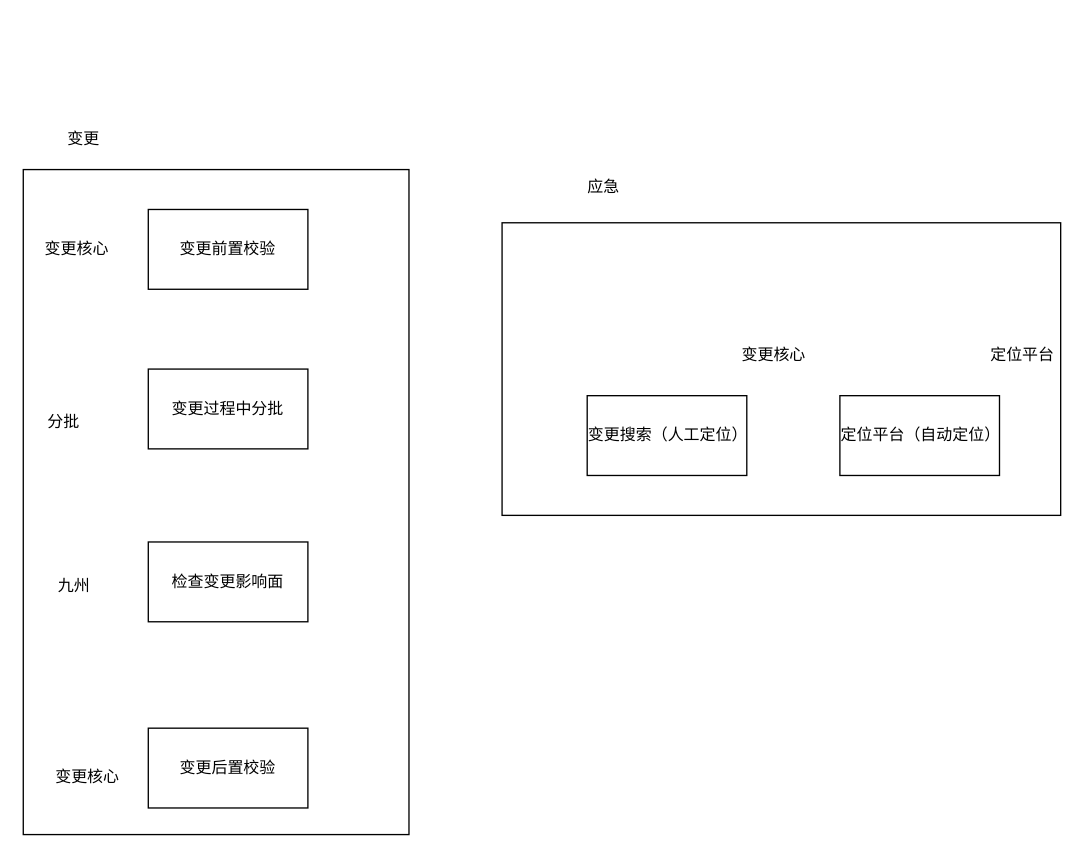
This is rmc业务.drawio from frankneu/draw.io, a draw.io file, before an edit. Source tidied: cells renumbered, new cells numbered last; positions are measured from the earlier drawing's top-left corner, leaving out a move shared by most shapes. Both pictures are drawn from the tidied source at 133%, with x=0, y=0 at pixel (23, 125).
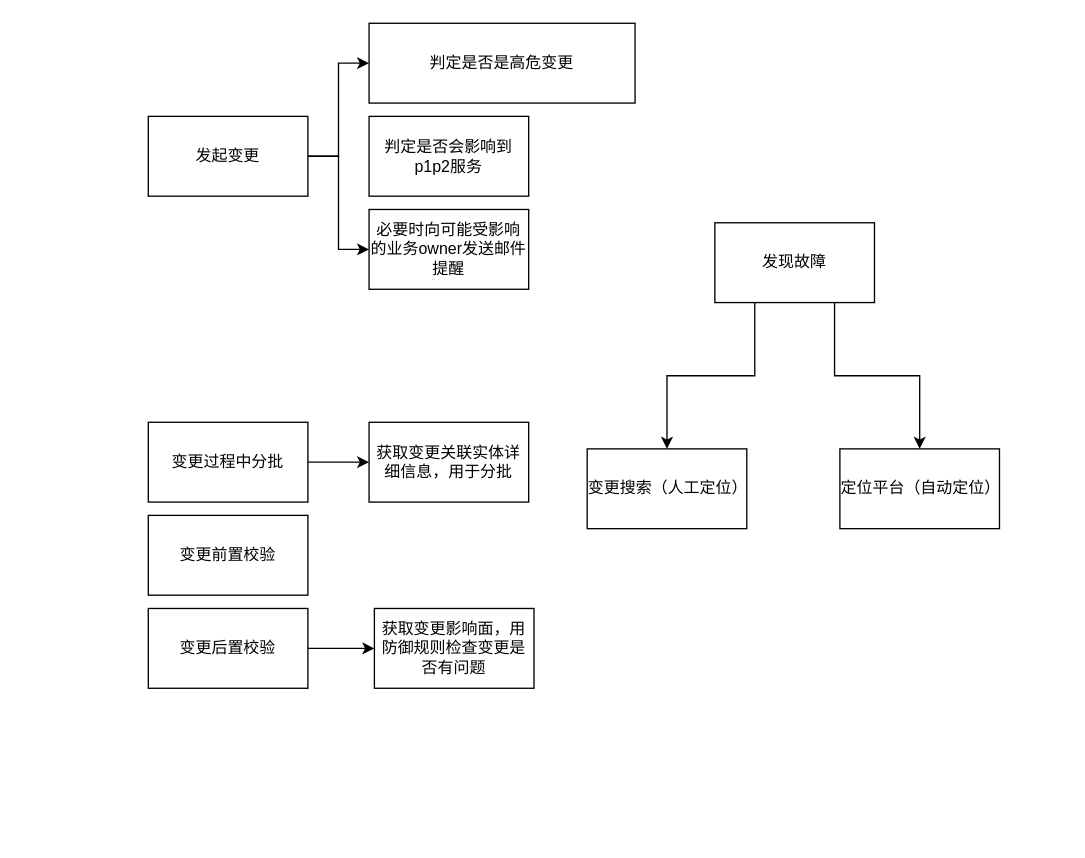
After the change.

Diff of the diagram source:
```diff
@@
 <mxGraphModel>
   <root>
     <mxCell id="0" />
     <mxCell id="1" parent="0" />
-    <mxCell id="2" style="rounded=0;whiteSpace=wrap;html=1;" parent="1" vertex="1">
-      <mxGeometry x="360" y="73" width="420" height="220" as="geometry" />
-    </mxCell>
-    <mxCell id="3" style="rounded=0;whiteSpace=wrap;html=1;" parent="1" vertex="1">
-      <mxGeometry y="33" width="290" height="500" as="geometry" />
-    </mxCell>
     <mxCell id="4" value="变更前置校验" style="rounded=0;whiteSpace=wrap;html=1;" parent="1" vertex="1">
-      <mxGeometry x="94" y="63" width="120" height="60" as="geometry" />
+      <mxGeometry x="94" y="293" width="120" height="60" as="geometry" />
     </mxCell>
+    <mxCell id="18" style="edgeStyle=orthogonalEdgeStyle;rounded=0;jettySize=auto;html=1;exitX=1;exitY=0.5;exitDx=0;exitDy=0;entryX=0;entryY=0.5;entryDx=0;entryDy=0;" parent="1" edge="1" source="5" target="26">
+      <mxGeometry relative="1" as="geometry" />
+    </mxCell>
     <mxCell id="5" value="变更后置校验" style="rounded=0;whiteSpace=wrap;html=1;" parent="1" vertex="1">
-      <mxGeometry x="94" y="453" width="120" height="60" as="geometry" />
+      <mxGeometry x="94" y="363" width="120" height="60" as="geometry" />
     </mxCell>
     <mxCell id="6" value="变更搜索（人工定位）" style="rounded=0;whiteSpace=wrap;html=1;" parent="1" vertex="1">
-      <mxGeometry x="424" y="203" width="120" height="60" as="geometry" />
+      <mxGeometry x="424" y="243" width="120" height="60" as="geometry" />
     </mxCell>
     <mxCell id="7" value="定位平台（自动定位）" style="rounded=0;whiteSpace=wrap;html=1;" parent="1" vertex="1">
-      <mxGeometry x="614" y="203" width="120" height="60" as="geometry" />
+      <mxGeometry x="614" y="243" width="120" height="60" as="geometry" />
     </mxCell>
-    <mxCell id="8" value="变更核心" style="text;html=1;align=center;verticalAlign=middle;" parent="1" vertex="1">
-      <mxGeometry x="10" y="83" width="60" height="20" as="geometry" />
-    </mxCell>
-    <mxCell id="9" value="变更核心" style="text;html=1;align=center;verticalAlign=middle;" parent="1" vertex="1">
-      <mxGeometry x="18" y="480" width="60" height="20" as="geometry" />
-    </mxCell>
-    <mxCell id="10" value="变更核心" style="text;html=1;align=center;verticalAlign=middle;" parent="1" vertex="1">
-      <mxGeometry x="534" y="163" width="60" height="20" as="geometry" />
-    </mxCell>
-    <mxCell id="11" value="定位平台" style="text;html=1;align=center;verticalAlign=middle;" parent="1" vertex="1">
-      <mxGeometry x="721" y="163" width="60" height="20" as="geometry" />
-    </mxCell>
+    <mxCell id="19" style="edgeStyle=orthogonalEdgeStyle;rounded=0;jettySize=auto;html=1;exitX=1;exitY=0.5;exitDx=0;exitDy=0;entryX=0;entryY=0.5;entryDx=0;entryDy=0;" parent="1" edge="1" source="12" target="25">
+      <mxGeometry relative="1" as="geometry" />
+    </mxCell>
     <mxCell id="12" value="变更过程中分批" style="rounded=0;whiteSpace=wrap;html=1;" parent="1" vertex="1">
-      <mxGeometry x="94" y="183" width="120" height="60" as="geometry" />
+      <mxGeometry x="94" y="223" width="120" height="60" as="geometry" />
     </mxCell>
+    <mxCell id="20" style="edgeStyle=orthogonalEdgeStyle;rounded=0;jettySize=auto;html=1;exitX=1;exitY=0.5;exitDx=0;exitDy=0;entryX=0;entryY=0.5;entryDx=0;entryDy=0;" parent="1" edge="1" source="13" target="22">
+      <mxGeometry relative="1" as="geometry" />
+    </mxCell>
+    <mxCell id="21" style="edgeStyle=orthogonalEdgeStyle;rounded=0;jettySize=auto;html=1;exitX=1;exitY=0.5;exitDx=0;exitDy=0;entryX=0;entryY=0.5;entryDx=0;entryDy=0;" parent="1" edge="1" source="13" target="24">
+      <mxGeometry relative="1" as="geometry" />
+    </mxCell>
-    <mxCell id="13" value="检查变更影响面" style="rounded=0;whiteSpace=wrap;html=1;" parent="1" vertex="1">
-      <mxGeometry x="94" y="313" width="120" height="60" as="geometry" />
+    <mxCell id="13" value="发起变更" style="rounded=0;whiteSpace=wrap;html=1;" parent="1" vertex="1">
+      <mxGeometry x="94" y="-7" width="120" height="60" as="geometry" />
     </mxCell>
-    <mxCell id="14" value="九州" style="text;html=1;align=center;verticalAlign=middle;" parent="1" vertex="1">
-      <mxGeometry x="18" y="336" width="40" height="20" as="geometry" />
-    </mxCell>
-    <mxCell id="15" value="分批" style="text;html=1;align=center;verticalAlign=middle;" parent="1" vertex="1">
-      <mxGeometry x="10" y="213" width="40" height="20" as="geometry" />
-    </mxCell>
-    <mxCell id="16" value="变更" style="text;html=1;align=center;verticalAlign=middle;" parent="1" vertex="1">
-      <mxGeometry x="25" width="40" height="20" as="geometry" />
-    </mxCell>
-    <mxCell id="17" value="应急" style="text;html=1;align=center;verticalAlign=middle;" parent="1" vertex="1">
-      <mxGeometry x="416" y="36" width="40" height="20" as="geometry" />
-    </mxCell>
+    <mxCell id="22" value="判定是否是高危变更" style="rounded=0;whiteSpace=wrap;html=1;" parent="1" vertex="1">
+      <mxGeometry x="260" y="-77" width="200" height="60" as="geometry" />
+    </mxCell>
+    <mxCell id="23" value="判定是否会影响到p1p2服务" style="rounded=0;whiteSpace=wrap;html=1;" parent="1" vertex="1">
+      <mxGeometry x="260" y="-7" width="120" height="60" as="geometry" />
+    </mxCell>
+    <mxCell id="24" value="必要时向可能受影响的业务owner发送邮件提醒" style="rounded=0;whiteSpace=wrap;html=1;" parent="1" vertex="1">
+      <mxGeometry x="260" y="63" width="120" height="60" as="geometry" />
+    </mxCell>
+    <mxCell id="25" value="获取变更关联实体详细信息，用于分批" style="rounded=0;whiteSpace=wrap;html=1;" parent="1" vertex="1">
+      <mxGeometry x="260" y="223" width="120" height="60" as="geometry" />
+    </mxCell>
+    <mxCell id="26" value="获取变更影响面，用防御规则检查变更是否有问题" style="rounded=0;whiteSpace=wrap;html=1;" parent="1" vertex="1">
+      <mxGeometry x="264" y="363" width="120" height="60" as="geometry" />
+    </mxCell>
+    <mxCell id="27" style="edgeStyle=orthogonalEdgeStyle;rounded=0;jettySize=auto;html=1;exitX=0.25;exitY=1;exitDx=0;exitDy=0;" parent="1" edge="1" source="29" target="6">
+      <mxGeometry relative="1" as="geometry" />
+    </mxCell>
+    <mxCell id="28" style="edgeStyle=orthogonalEdgeStyle;rounded=0;jettySize=auto;html=1;exitX=0.75;exitY=1;exitDx=0;exitDy=0;entryX=0.5;entryY=0;entryDx=0;entryDy=0;" parent="1" edge="1" source="29" target="7">
+      <mxGeometry relative="1" as="geometry" />
+    </mxCell>
+    <mxCell id="29" value="发现故障" style="rounded=0;whiteSpace=wrap;html=1;" parent="1" vertex="1">
+      <mxGeometry x="520" y="73" width="120" height="60" as="geometry" />
+    </mxCell>
   </root>
 </mxGraphModel>
```
